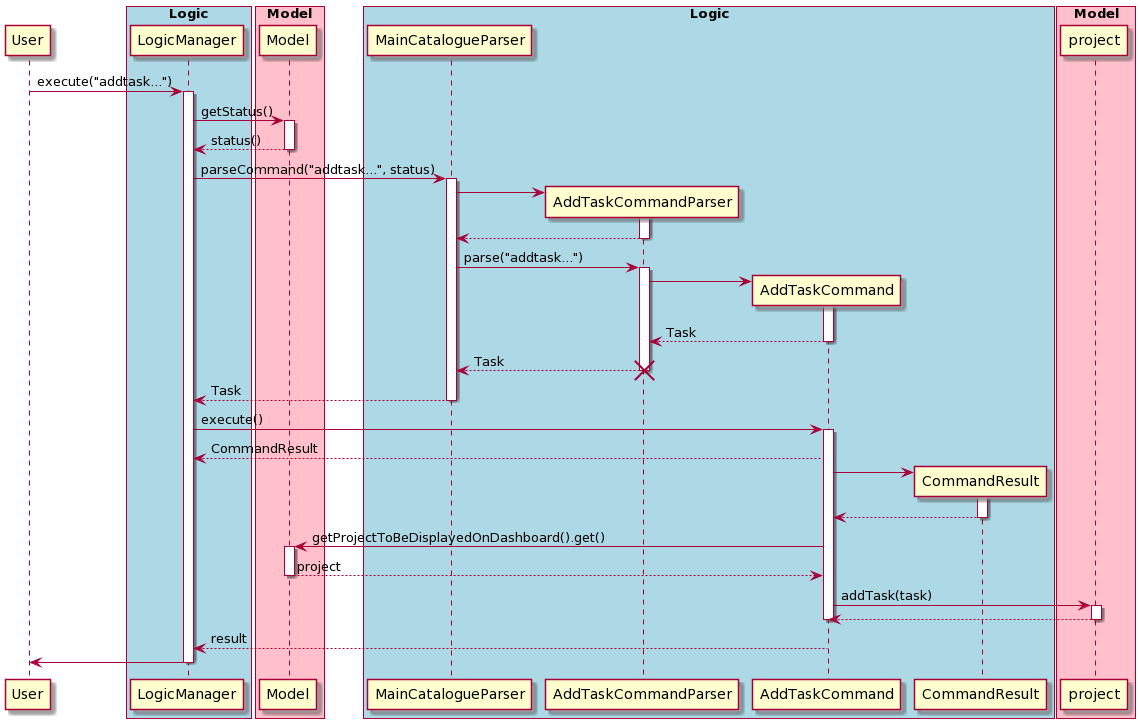
Before: docs/images/AddTaskSequenceDiagram.png, a diagram exported from PlantUML (nus-cs2103-AY2021S1/tp).
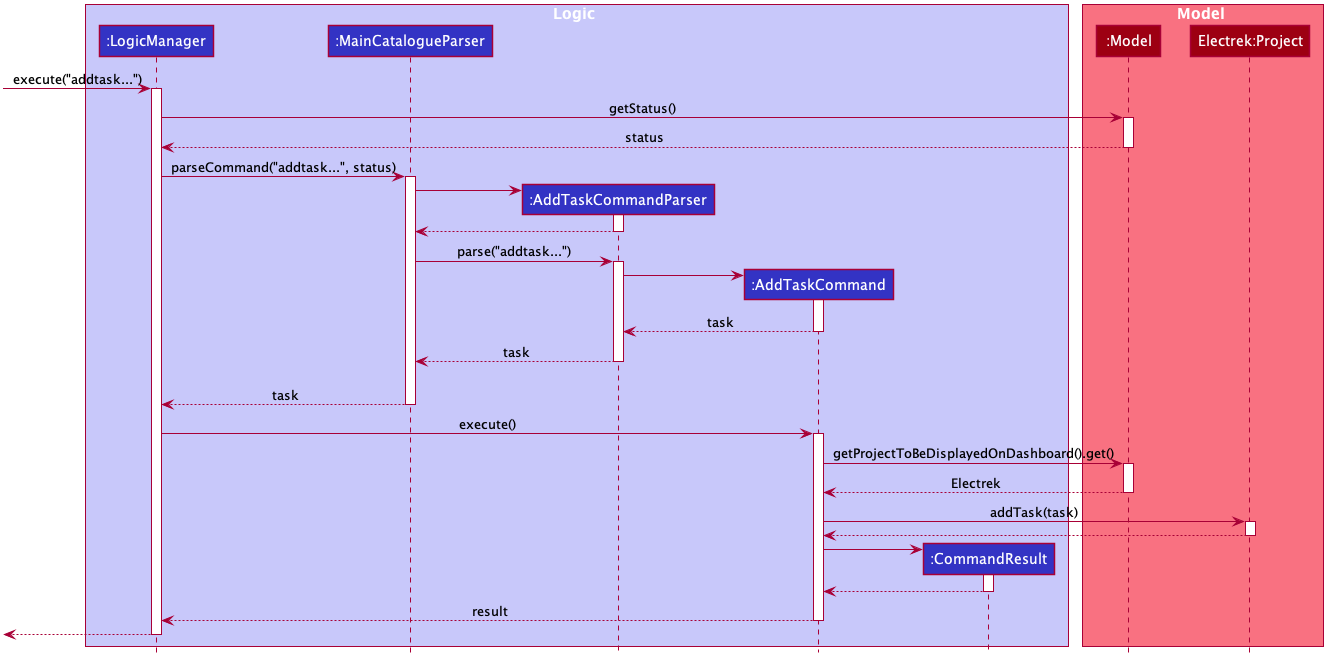
Later version of the same file.

Commit message:
finish sequence diagram for addtask

Change to the diagram source:
```diff
@@ -1,22 +1,76 @@
 @startuml
-participant User
-box "Logic" #LightBlue
 
-User -> LogicManager: execute("addtask...")
+
+
+
+
+
+
+
+skinparam BackgroundColor #FFFFFFF
+
+skinparam Shadowing false
+
+skinparam Class {
+    FontColor #FFFFFF
+    BorderThickness 1
+    BorderColor #FFFFFF
+    StereotypeFontColor #FFFFFF
+    FontName Arial
+}
+
+skinparam Actor {
+    BorderColor #000000
+    Color #000000
+    FontName Arial
+}
+
+skinparam Sequence {
+    MessageAlign center
+    BoxFontSize 15
+    BoxPadding 0
+    BoxFontColor #FFFFFF
+    FontName Arial
+}
+
+skinparam Participant {
+    FontColor #FFFFFFF
+    Padding 20
+}
+
+skinparam MinClassWidth 50
+skinparam ParticipantPadding 10
+skinparam Shadowing false
+skinparam DefaultTextAlignment center
+skinparam packageStyle Rectangle
+
+hide footbox
+hide members
+hide circle
+
+box Logic #C8C8FA
+participant ":LogicManager" as LogicManager #3333C4
+participant ":MainCatalogueParser" as MainCatalogueParser #3333C4
+participant ":AddTaskCommandParser" as AddTaskCommandParser #3333C4
+participant ":AddTaskCommand" as AddTaskCommand #3333C4
+participant ":CommandResult" as CommandResult #3333C4
+end box
+
+box Model #F97181
+participant ":Model" as Model #9D0012
+participant "Electrek:Project" as Project #9D0012
+end box
+
+[-> LogicManager : execute("addtask...")
 activate LogicManager
 
-end box
+LogicManager -> Model: getStatus()
+activate Model
 
-box "Model" #pink
-LogicManager-> Model:getStatus()
-activate Model
-Model --> LogicManager:status()
+Model --> LogicManager: status
 deactivate Model
 
-end box
-box "Logic" #LightBlue
-
-LogicManager -> MainCatalogueParser: parseCommand("addtask...", status)
+LogicManager -> MainCatalogueParser : parseCommand("addtask...", status)
 activate MainCatalogueParser
 
 create AddTaskCommandParser
@@ -25,50 +79,50 @@
 
 AddTaskCommandParser --> MainCatalogueParser
 deactivate AddTaskCommandParser
-MainCatalogueParser -> AddTaskCommandParser: parse("addtask...")
+
+MainCatalogueParser -> AddTaskCommandParser : parse("addtask...")
 activate AddTaskCommandParser
 
 create AddTaskCommand
 AddTaskCommandParser -> AddTaskCommand
 activate AddTaskCommand
-AddTaskCommand -->AddTaskCommandParser: Task
+
+AddTaskCommand --> AddTaskCommandParser : task
 deactivate AddTaskCommand
 
-AddTaskCommandParser --> MainCatalogueParser: Task
+AddTaskCommandParser --> MainCatalogueParser : task
 deactivate AddTaskCommandParser
-destroy AddTaskCommandParser
-MainCatalogueParser --> LogicManager:Task
+AddTaskCommandParser -[hidden]-> MainCatalogueParser
+
+
+MainCatalogueParser --> LogicManager : task
 deactivate MainCatalogueParser
 
-LogicManager -> AddTaskCommand:execute()
+LogicManager -> AddTaskCommand : execute()
 activate AddTaskCommand
 
-AddTaskCommand -->LogicManager:CommandResult
+AddTaskCommand -> Model : getProjectToBeDisplayedOnDashboard().get()
+activate Model
+
+Model --> AddTaskCommand : Electrek
+deactivate Model
+
+AddTaskCommand -> Project : addTask(task)
+activate Project
+
+Project --> AddTaskCommand :
+deactivate Project
 
 create CommandResult
 AddTaskCommand -> CommandResult
 activate CommandResult
+
 CommandResult --> AddTaskCommand
 deactivate CommandResult
 
+AddTaskCommand --> LogicManager : result
+deactivate AddTaskCommand
 
-endbox
-
-box "Model" #Pink
-
-AddTaskCommand -> Model: getProjectToBeDisplayedOnDashboard().get()
-activate Model
-Model --> AddTaskCommand: project
-deactivate Model
-AddTaskCommand -> project: addTask(task)
-activate project
-project --> AddTaskCommand
-deactivate project
-deactivate AddTaskCommand
-AddTaskCommand --> LogicManager: result
-
-LogicManager -> User
+[<--LogicManager
 deactivate LogicManager
-
-endbox
 @enduml
```
